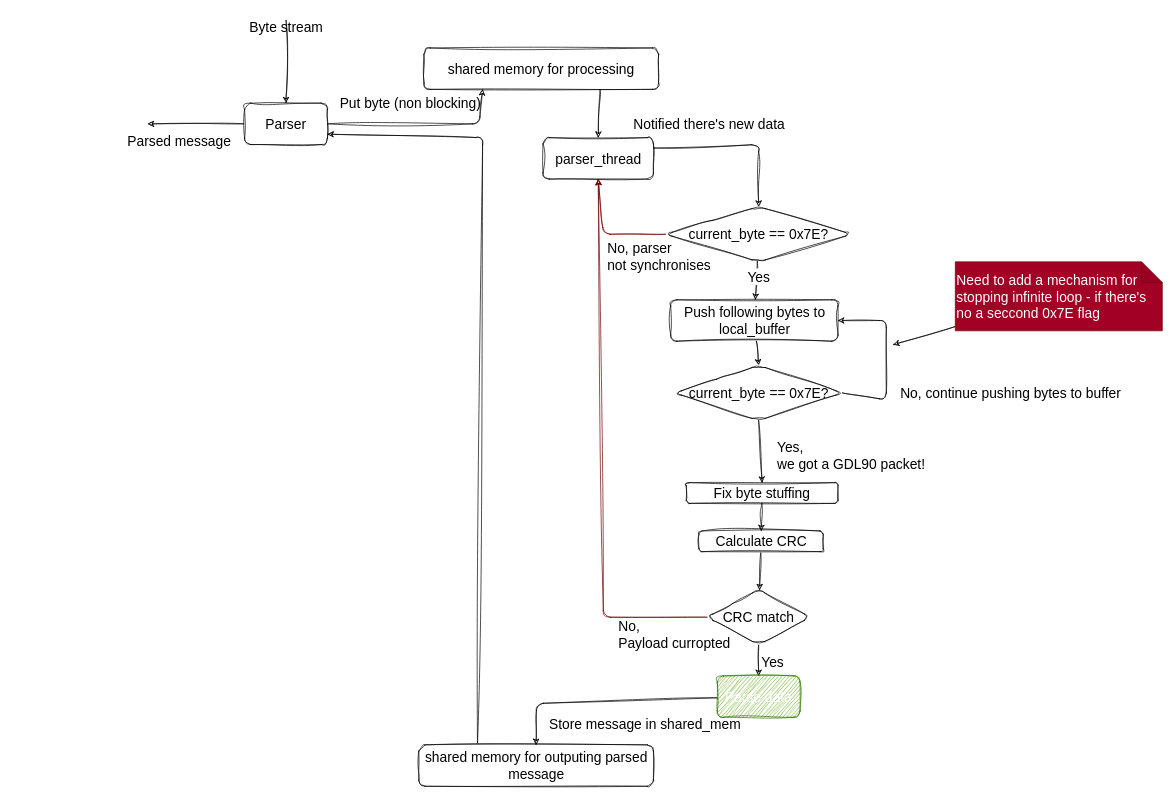
GalBrandwine/GDL90_c_parser keeps this draw.io diagram as page "Page-1" (1 of 2) of doc/design.drawio. Above is the earlier version. Source tidied: cells renumbered, new cells numbered last; positions are measured from the earlier drawing's top-left corner, leaving out a move shared by most shapes. Both pictures are drawn from the tidied source at 69%, with x=0, y=0 at pixel (120, 13).
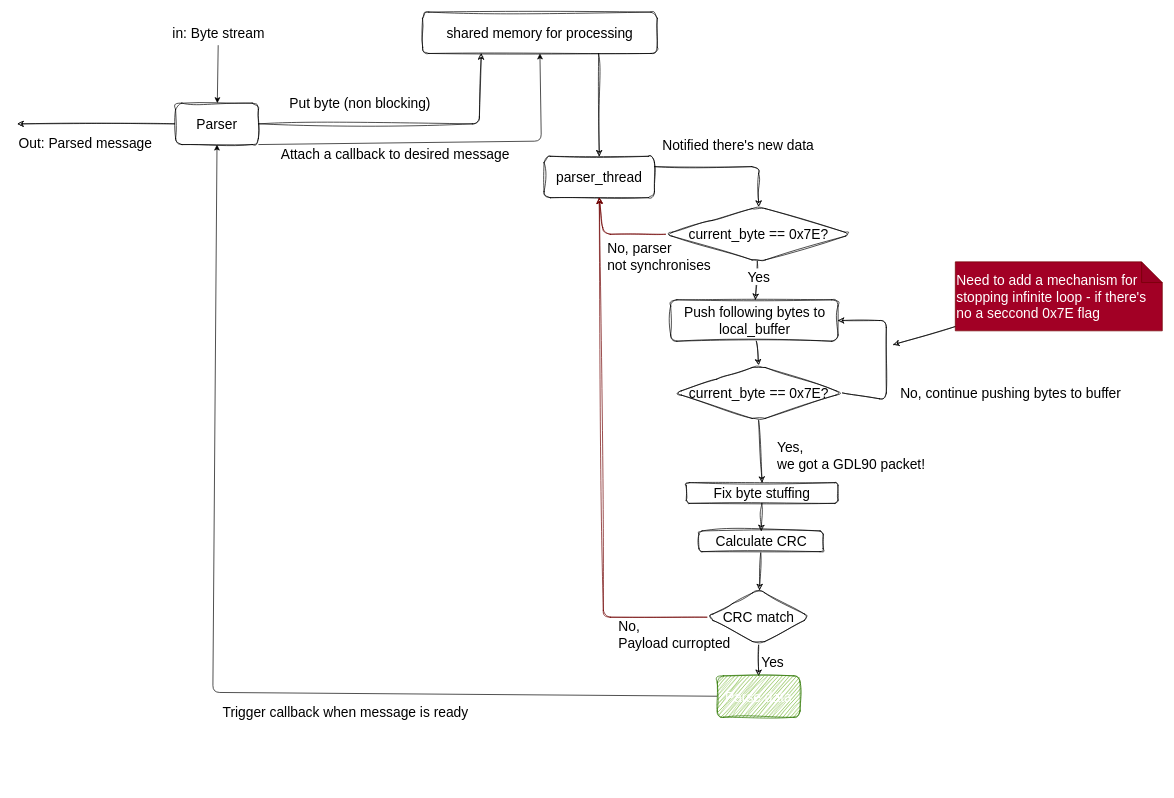
The same page after the edit.

Commit message (it also covers changes not shown here):
Done working on the GDL90 * functioning byte-de-stuffing mechanism * functioning crc * heartbeat message parsing

The change refers to these unchanged cells:
```xml
<mxCell id="22" value="current_byte == 0x7E?" style="rhombus;whiteSpace=wrap;html=1;rounded=1;shadow=0;sketch=1;curveFitting=1;jiggle=2;fontSize=20;" parent="1" vertex="1">
  <mxGeometry x="790" y="280" width="270" height="80" as="geometry" />
</mxCell>
<mxCell id="39" value="Parse data" style="whiteSpace=wrap;html=1;rounded=1;shadow=0;sketch=1;curveFitting=1;jiggle=2;fillColor=#60a917;fontColor=#ffffff;strokeColor=#2D7600;fontSize=20;" parent="1" vertex="1">
  <mxGeometry x="865" y="960" width="120" height="60" as="geometry" />
</mxCell>
```

What changed in the source:
```diff
@@
     <mxCell id="3" value="shared memory for processing" style="rounded=1;whiteSpace=wrap;html=1;shadow=0;sketch=1;curveFitting=1;jiggle=2;fontSize=20;" parent="1" vertex="1">
-      <mxGeometry x="440" y="50" width="340" height="60" as="geometry" />
+      <mxGeometry x="438" y="-2" width="340" height="60" as="geometry" />
     </mxCell>
@@
     <mxCell id="5" style="edgeStyle=none;html=1;shadow=0;sketch=1;curveFitting=1;jiggle=2;fontSize=20;" parent="1" edge="1" source="6">
       <mxGeometry relative="1" as="geometry">
-        <mxPoint x="40" y="160" as="targetPoint" />
+        <mxPoint x="-149" y="160" as="targetPoint" />
       </mxGeometry>
     </mxCell>
+    <mxCell id="42" style="edgeStyle=none;html=1;exitX=1;exitY=1;exitDx=0;exitDy=0;entryX=0.5;entryY=1;entryDx=0;entryDy=0;" parent="1" edge="1" source="6" target="3">
+      <mxGeometry relative="1" as="geometry">
+        <Array as="points">
+          <mxPoint x="610" y="185" />
+        </Array>
+      </mxGeometry>
+    </mxCell>
     <mxCell id="6" value="Parser" style="rounded=1;whiteSpace=wrap;html=1;shadow=0;sketch=1;curveFitting=1;jiggle=2;fontSize=20;" parent="1" vertex="1">
-      <mxGeometry x="180" y="130" width="120" height="60" as="geometry" />
+      <mxGeometry x="80" y="130" width="120" height="60" as="geometry" />
     </mxCell>
     <mxCell id="7" value="Put byte (non blocking)" style="text;html=1;align=center;verticalAlign=middle;strokeColor=none;fillColor=none;shadow=0;sketch=1;curveFitting=1;jiggle=2;fontSize=20;" parent="1" vertex="1">
-      <mxGeometry x="305" y="110" width="230" height="40" as="geometry" />
+      <mxGeometry x="232" y="110" width="230" height="40" as="geometry" />
     </mxCell>
     <mxCell id="8" value="parser_thread" style="rounded=1;whiteSpace=wrap;html=1;shadow=0;sketch=1;curveFitting=1;jiggle=2;fontSize=20;" parent="1" vertex="1">
-      <mxGeometry x="612.5" y="180" width="160" height="60" as="geometry" />
+      <mxGeometry x="614" y="207" width="160" height="60" as="geometry" />
     </mxCell>
-    <mxCell id="9" style="endArrow=classic;html=1;entryX=0.5;entryY=0;entryDx=0;entryDy=0;shadow=0;sketch=1;curveFitting=1;jiggle=2;fontSize=20;" parent="1" edge="1" target="6">
-      <mxGeometry relative="1" as="geometry">
-        <mxPoint x="240" y="10" as="sourcePoint" />
-      </mxGeometry>
-    </mxCell>
+    <mxCell id="43" style="edgeStyle=none;html=1;fontSize=20;" parent="1" edge="1" source="10" target="6">
+      <mxGeometry relative="1" as="geometry" />
+    </mxCell>
-    <mxCell id="10" value="Byte stream" style="text;html=1;align=center;verticalAlign=middle;points=[];strokeColor=none;fillColor=none;shadow=0;sketch=1;curveFitting=1;jiggle=2;fontSize=20;" parent="1" vertex="1">
-      <mxGeometry x="175" width="130" height="40" as="geometry" />
+    <mxCell id="10" value="in: Byte stream" style="text;html=1;align=center;verticalAlign=middle;points=[];strokeColor=none;fillColor=none;shadow=0;sketch=1;curveFitting=1;jiggle=2;fontSize=20;" parent="1" vertex="1">
+      <mxGeometry x="66" y="9" width="152" height="37" as="geometry" />
     </mxCell>
-    <mxCell id="11" value="Parsed message" style="text;html=1;align=center;verticalAlign=middle;strokeColor=none;fillColor=none;shadow=0;sketch=1;curveFitting=1;jiggle=2;fontSize=20;" parent="1" vertex="1">
-      <mxGeometry y="165" width="170" height="40" as="geometry" />
+    <mxCell id="11" value="Out: Parsed message" style="text;html=1;align=center;verticalAlign=middle;strokeColor=none;fillColor=none;shadow=0;sketch=1;curveFitting=1;jiggle=2;fontSize=20;" parent="1" vertex="1">
+      <mxGeometry x="-157" y="169" width="212" height="37" as="geometry" />
     </mxCell>
     <mxCell id="12" style="edgeStyle=none;html=1;entryX=0.5;entryY=0;entryDx=0;entryDy=0;shadow=0;sketch=1;curveFitting=1;jiggle=2;exitX=1;exitY=0.25;exitDx=0;exitDy=0;fontSize=20;" parent="1" edge="1" source="8" target="22">
       <mxGeometry relative="1" as="geometry">
         <Array as="points">
-          <mxPoint x="925" y="190" />
+          <mxPoint x="925" y="222" />
         </Array>
       </mxGeometry>
     </mxCell>
-    <mxCell id="13" style="edgeStyle=none;html=1;exitX=0.25;exitY=0;exitDx=0;exitDy=0;entryX=1;entryY=0.75;entryDx=0;entryDy=0;shadow=0;sketch=1;curveFitting=1;jiggle=2;fontSize=20;" parent="1" edge="1" source="14" target="6">
-      <mxGeometry relative="1" as="geometry">
-        <Array as="points">
-          <mxPoint x="525" y="180" />
-        </Array>
-      </mxGeometry>
-    </mxCell>
-    <mxCell id="14" value="shared memory for outputing parsed message" style="rounded=1;whiteSpace=wrap;html=1;shadow=0;sketch=1;curveFitting=1;jiggle=2;fontSize=20;" parent="1" vertex="1">
-      <mxGeometry x="432.5" y="1060" width="340" height="60" as="geometry" />
-    </mxCell>
@@
     <mxCell id="30" value="Notified there's new data" style="text;html=1;align=center;verticalAlign=middle;strokeColor=none;fillColor=none;fontSize=20;" parent="1" vertex="1">
-      <mxGeometry x="732.5" y="140" width="240" height="40" as="geometry" />
+      <mxGeometry x="775" y="171" width="240" height="40" as="geometry" />
     </mxCell>
@@
-    <mxCell id="38" style="edgeStyle=none;sketch=1;html=1;entryX=0.5;entryY=0;entryDx=0;entryDy=0;shadow=0;fontSize=20;" parent="1" edge="1" source="39" target="14">
-      <mxGeometry relative="1" as="geometry">
-        <Array as="points">
-          <mxPoint x="603" y="1000" />
-        </Array>
-      </mxGeometry>
-    </mxCell>
+    <mxCell id="44" style="edgeStyle=none;html=1;entryX=0.5;entryY=1;entryDx=0;entryDy=0;fontSize=20;" parent="1" edge="1" source="39" target="6">
+      <mxGeometry relative="1" as="geometry">
+        <Array as="points">
+          <mxPoint x="134" y="984" />
+        </Array>
+      </mxGeometry>
+    </mxCell>
@@
-    <mxCell id="40" value="&lt;font style=&quot;font-size: 20px;&quot;&gt;Store message in shared_mem&lt;/font&gt;" style="text;html=1;align=center;verticalAlign=middle;strokeColor=none;fillColor=none;fontSize=20;" parent="1" vertex="1">
-      <mxGeometry x="610" y="1010" width="300" height="40" as="geometry" />
-    </mxCell>
@@
+    <mxCell id="45" value="&lt;font style=&quot;font-size: 20px;&quot;&gt;Attach a callback to desired message&lt;/font&gt;" style="text;html=1;align=center;verticalAlign=middle;strokeColor=none;fillColor=none;" parent="1" vertex="1">
+      <mxGeometry x="223" y="185" width="350" height="37" as="geometry" />
+    </mxCell>
+    <mxCell id="46" value="Trigger callback when message is ready" style="text;html=1;align=center;verticalAlign=middle;strokeColor=none;fillColor=none;fontSize=20;" parent="1" vertex="1">
+      <mxGeometry x="138" y="993" width="375" height="37" as="geometry" />
+    </mxCell>
```
